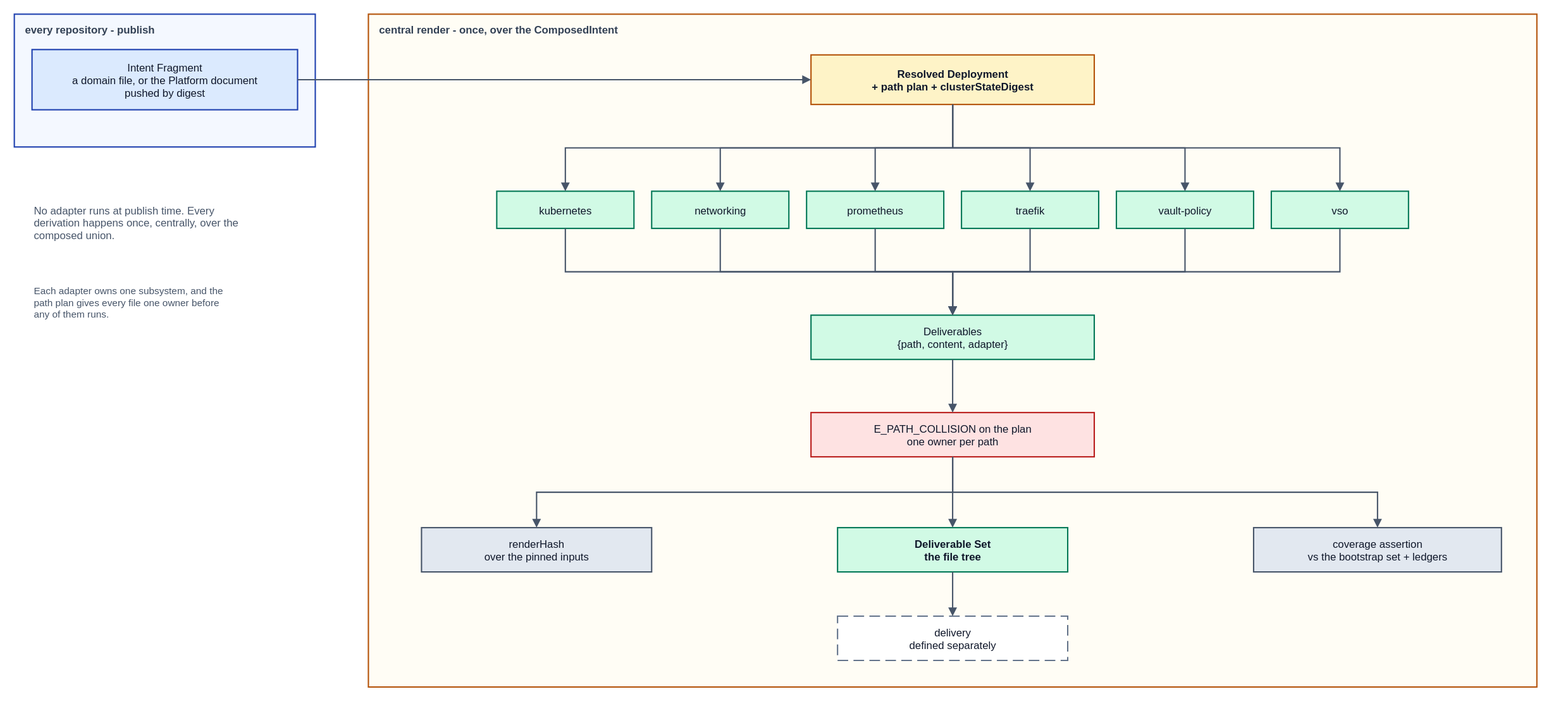
Earlier version of the draw.io export spec/v1/diagrams/30-render-pipeline.drawio.svg (JorisJonkers-dev/deploy-kit). Source tidied: cells renumbered, new cells last; positions are measured from the earlier drawing's top-left corner, leaving out a move shared by most shapes.
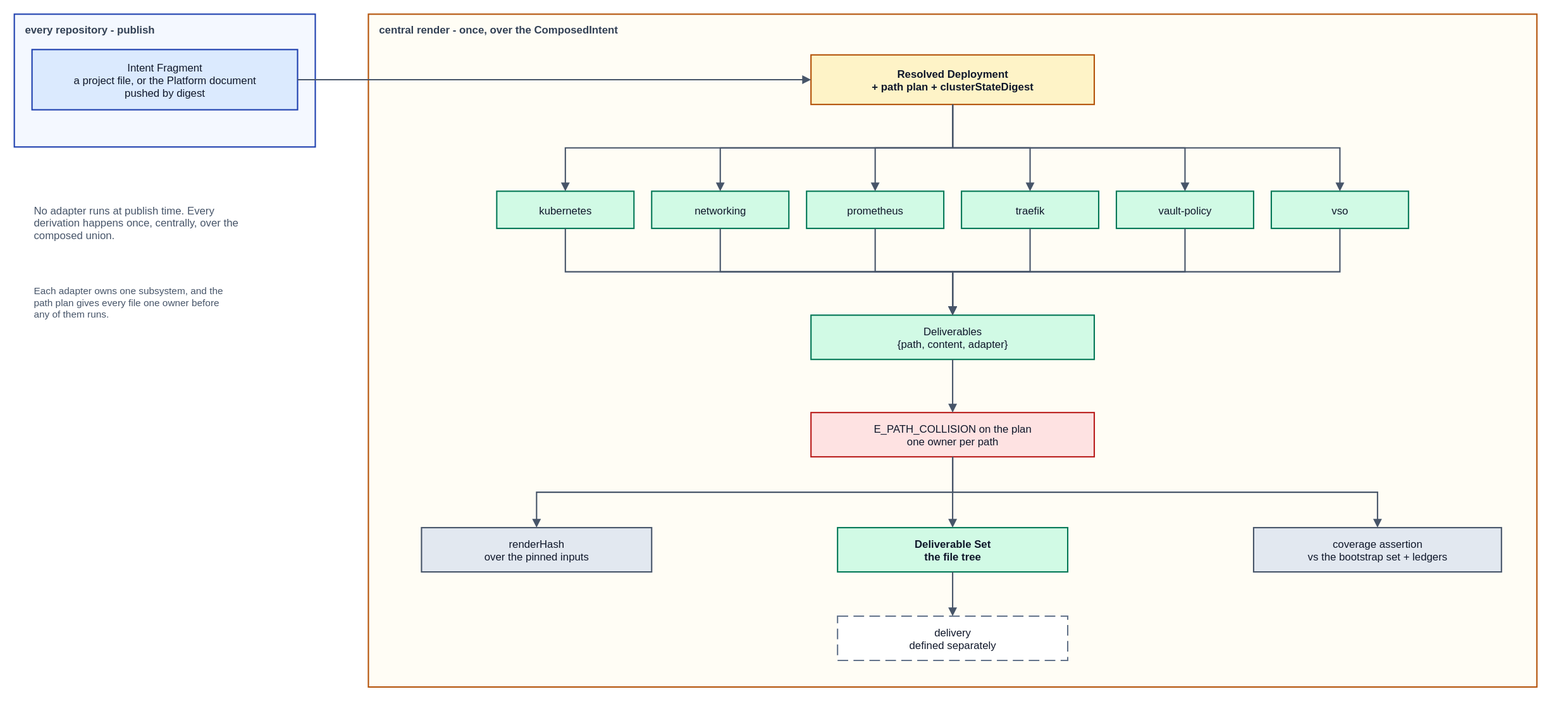
The same diagram one commit later.

Diff of the diagram source:
```diff
@@ -8,7 +8,7 @@
     <mxCell id="3" value="central render - once, over the ComposedIntent" style="rounded=0;whiteSpace=nowrap;html=0;fillColor=#fffdf5;strokeColor=#b45309;strokeWidth=1.5;verticalAlign=top;align=left;spacingLeft=10;spacingTop=4;fontStyle=1;fontSize=12;fontFamily=Helvetica;fontColor=#334155;" parent="1" vertex="1">
       <mxGeometry x="400" width="1320" height="760" as="geometry" />
     </mxCell>
-    <mxCell id="4" value="Intent Fragment&#10;a domain file, or the Platform document&#10;pushed by digest" style="rounded=0;whiteSpace=nowrap;html=0;align=center;verticalAlign=middle;fillColor=#dbeafe;strokeColor=#1e40af;strokeWidth=1.5;fontFamily=Helvetica;fontSize=12;fontColor=#0f172a;" parent="1" vertex="1">
+    <mxCell id="4" value="Intent Fragment&#10;a project file, or the Platform document&#10;pushed by digest" style="rounded=0;whiteSpace=nowrap;html=0;align=center;verticalAlign=middle;fillColor=#dbeafe;strokeColor=#1e40af;strokeWidth=1.5;fontFamily=Helvetica;fontSize=12;fontColor=#0f172a;" parent="1" vertex="1">
       <mxGeometry x="20" y="40" width="300" height="68" as="geometry" />
     </mxCell>
     <mxCell id="5" value="Resolved Deployment&#10;+ path plan + clusterStateDigest" style="rounded=0;whiteSpace=nowrap;html=0;align=center;verticalAlign=middle;fillColor=#fef3c7;strokeColor=#b45309;strokeWidth=1.5;fontFamily=Helvetica;fontSize=12;fontColor=#0f172a;fontStyle=1;" parent="1" vertex="1">
```
